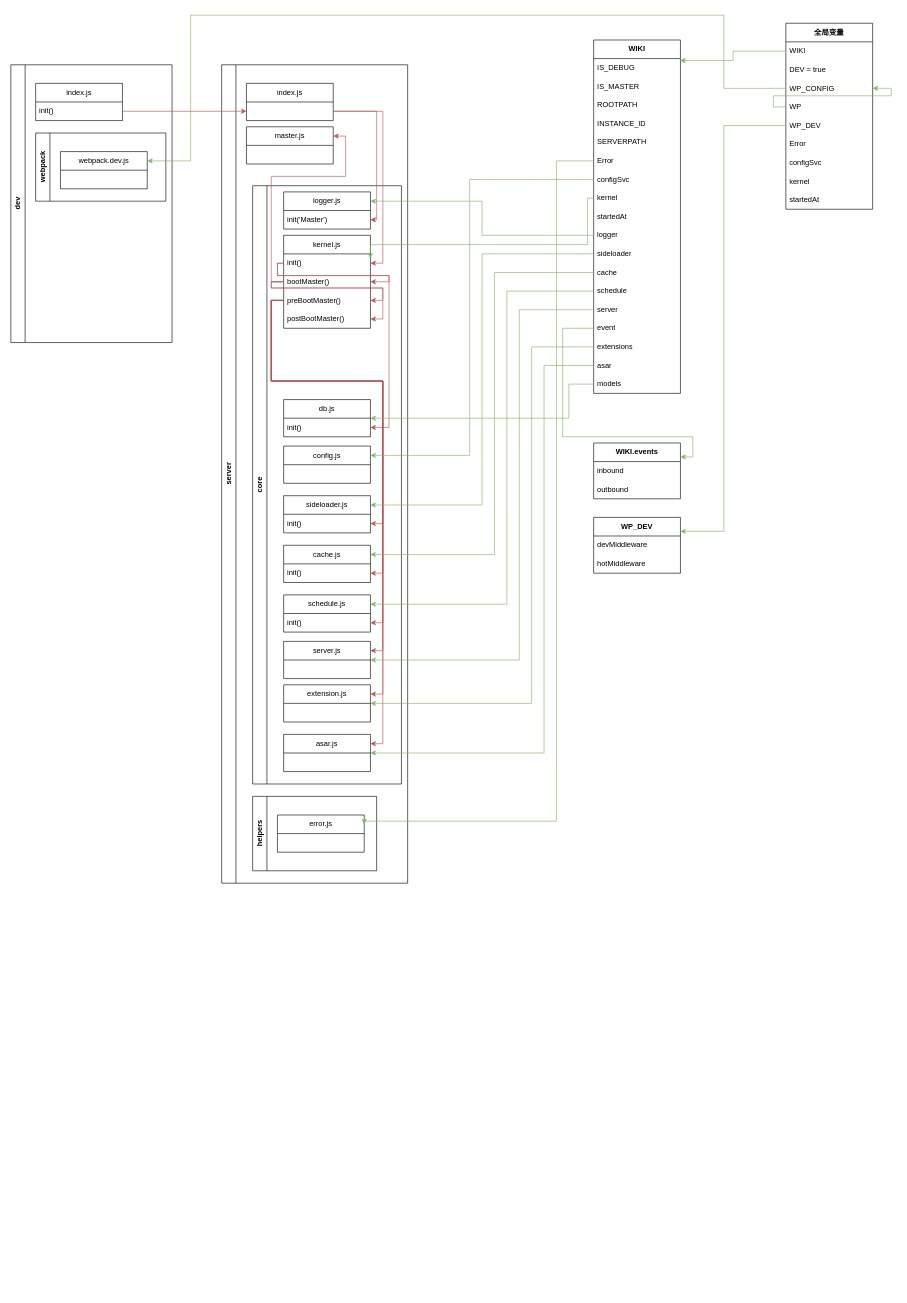
The draw.io diagram wiki.drawio in fzo-China/leranGit, before the edit. Source tidied: cells renumbered, new cells numbered last; positions are measured from the earlier drawing's top-left corner, leaving out a move shared by most shapes. Both pictures are drawn from the tidied source at 62%, with x=0, y=0 at pixel (11, 15).
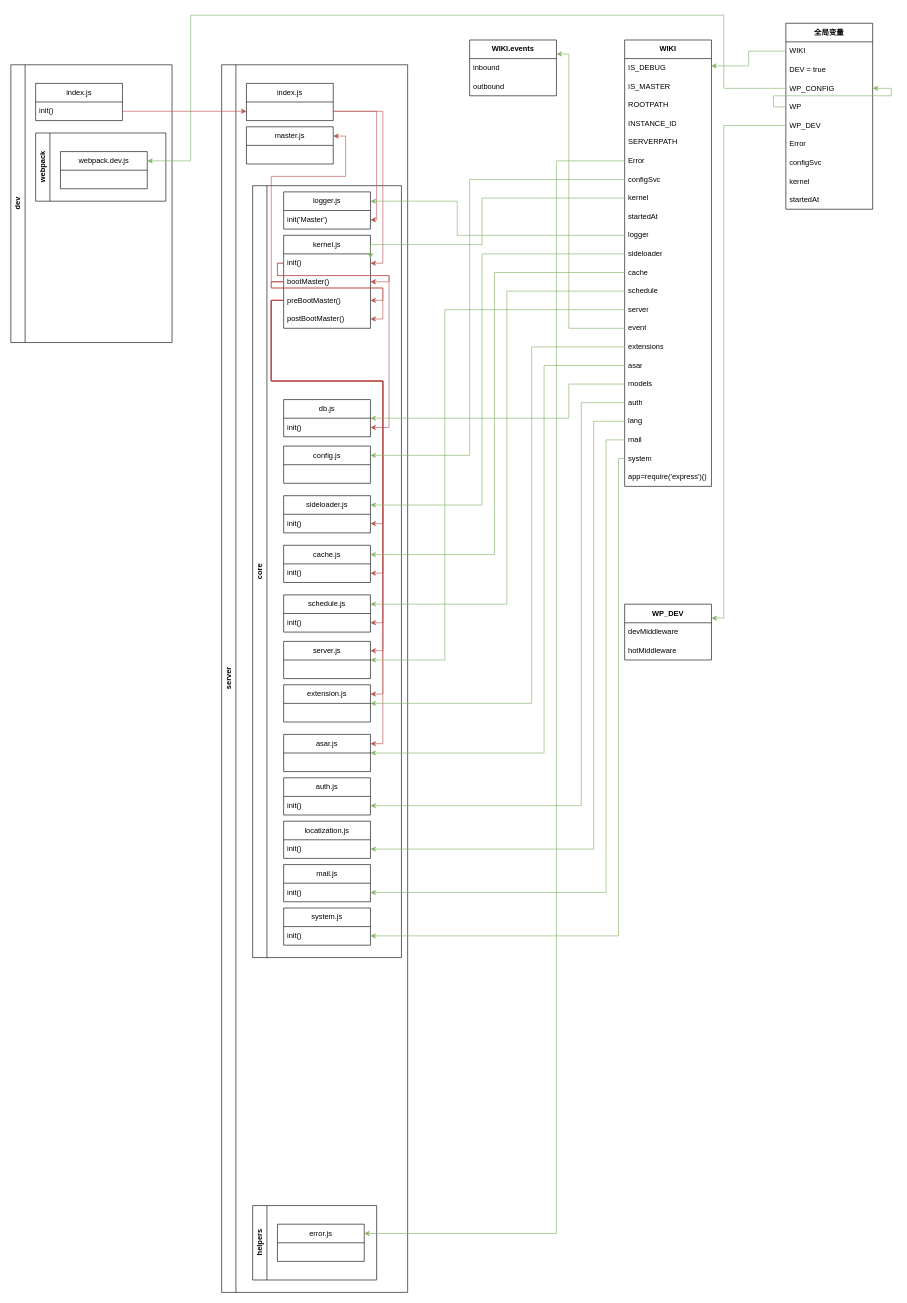
Above is the later version.

Unchanged cells that the change refers to:
```xml
<mxCell id="10" value="logger.js" style="swimlane;fontStyle=0;horizontal=1;startSize=30;whiteSpace=wrap;html=1;" parent="9" vertex="1">
  <mxGeometry x="50" y="10" width="140" height="60" as="geometry" />
</mxCell>
<mxCell id="12" value="kernel.js" style="swimlane;fontStyle=0;horizontal=1;startSize=30;whiteSpace=wrap;html=1;" parent="9" vertex="1">
  <mxGeometry x="50" y="80" width="140" height="150" as="geometry" />
</mxCell>
<mxCell id="24" value="sideloader.js" style="swimlane;fontStyle=0;horizontal=1;startSize=30;whiteSpace=wrap;html=1;" parent="9" vertex="1">
  <mxGeometry x="50" y="500" width="140" height="60" as="geometry" />
</mxCell>
<mxCell id="32" value="server.js" style="swimlane;fontStyle=0;horizontal=1;startSize=30;whiteSpace=wrap;html=1;" parent="9" vertex="1">
  <mxGeometry x="50" y="735" width="140" height="60" as="geometry" />
</mxCell>
<mxCell id="42" value="error.js" style="swimlane;fontStyle=0;horizontal=1;startSize=30;whiteSpace=wrap;html=1;" parent="41" vertex="1">
  <mxGeometry x="40" y="30" width="140" height="60" as="geometry" />
</mxCell>
<mxCell id="52" value="Error" style="text;strokeColor=none;fillColor=none;align=left;verticalAlign=middle;spacingLeft=4;spacingRight=4;overflow=hidden;points=[[0,0.5],[1,0.5]];portConstraint=eastwest;whiteSpace=wrap;html=1;" parent="46" vertex="1">
  <mxGeometry y="180" width="140" height="30" as="geometry" />
</mxCell>
<mxCell id="54" value="kernel" style="text;strokeColor=none;fillColor=none;align=left;verticalAlign=middle;spacingLeft=4;spacingRight=4;overflow=hidden;points=[[0,0.5],[1,0.5]];portConstraint=eastwest;whiteSpace=wrap;html=1;" parent="46" vertex="1">
  <mxGeometry y="240" width="140" height="30" as="geometry" />
</mxCell>
<mxCell id="56" value="logger" style="text;strokeColor=none;fillColor=none;align=left;verticalAlign=middle;spacingLeft=4;spacingRight=4;overflow=hidden;points=[[0,0.5],[1,0.5]];portConstraint=eastwest;whiteSpace=wrap;html=1;" parent="46" vertex="1">
  <mxGeometry y="300" width="140" height="30" as="geometry" />
</mxCell>
<mxCell id="57" value="sideloader" style="text;strokeColor=none;fillColor=none;align=left;verticalAlign=middle;spacingLeft=4;spacingRight=4;overflow=hidden;points=[[0,0.5],[1,0.5]];portConstraint=eastwest;whiteSpace=wrap;html=1;" parent="46" vertex="1">
  <mxGeometry y="330" width="140" height="30" as="geometry" />
</mxCell>
<mxCell id="60" value="server" style="text;strokeColor=none;fillColor=none;align=left;verticalAlign=middle;spacingLeft=4;spacingRight=4;overflow=hidden;points=[[0,0.5],[1,0.5]];portConstraint=eastwest;whiteSpace=wrap;html=1;" parent="46" vertex="1">
  <mxGeometry y="420" width="140" height="30" as="geometry" />
</mxCell>
<mxCell id="61" value="event" style="text;strokeColor=none;fillColor=none;align=left;verticalAlign=middle;spacingLeft=4;spacingRight=4;overflow=hidden;points=[[0,0.5],[1,0.5]];portConstraint=eastwest;whiteSpace=wrap;html=1;" parent="46" vertex="1">
  <mxGeometry y="450" width="140" height="30" as="geometry" />
</mxCell>
<mxCell id="73" value="WP_DEV" style="text;strokeColor=none;fillColor=none;align=left;verticalAlign=middle;spacingLeft=4;spacingRight=4;overflow=hidden;points=[[0,0.5],[1,0.5]];portConstraint=eastwest;whiteSpace=wrap;html=1;" parent="67" vertex="1">
  <mxGeometry y="150" width="140" height="30" as="geometry" />
</mxCell>
```

What changed in the source:
```diff
@@
     <mxCell id="7" value="server" style="swimlane;horizontal=0;whiteSpace=wrap;html=1;" parent="1" vertex="1">
-      <mxGeometry x="340" y="80" width="300" height="1320" as="geometry" />
+      <mxGeometry x="340" y="80" width="300" height="1980" as="geometry" />
     </mxCell>
@@
     <mxCell id="9" value="core" style="swimlane;horizontal=0;whiteSpace=wrap;html=1;" parent="7" vertex="1">
-      <mxGeometry x="50" y="195" width="240" height="965" as="geometry" />
+      <mxGeometry x="50" y="195" width="240" height="1245" as="geometry" />
     </mxCell>
@@
+    <mxCell id="98" value="auth.js" style="swimlane;fontStyle=0;horizontal=1;startSize=30;whiteSpace=wrap;html=1;" parent="9" vertex="1">
+      <mxGeometry x="50" y="955" width="140" height="60" as="geometry" />
+    </mxCell>
+    <mxCell id="99" value="init()" style="text;strokeColor=none;fillColor=none;align=left;verticalAlign=middle;spacingLeft=4;spacingRight=4;overflow=hidden;points=[[0,0.5],[1,0.5]];portConstraint=eastwest;whiteSpace=wrap;html=1;" parent="98" vertex="1">
+      <mxGeometry y="30" width="140" height="30" as="geometry" />
+    </mxCell>
+    <mxCell id="100" value="locatization.js" style="swimlane;fontStyle=0;horizontal=1;startSize=30;whiteSpace=wrap;html=1;" parent="9" vertex="1">
+      <mxGeometry x="50" y="1025" width="140" height="60" as="geometry" />
+    </mxCell>
+    <mxCell id="101" value="init()" style="text;strokeColor=none;fillColor=none;align=left;verticalAlign=middle;spacingLeft=4;spacingRight=4;overflow=hidden;points=[[0,0.5],[1,0.5]];portConstraint=eastwest;whiteSpace=wrap;html=1;" parent="100" vertex="1">
+      <mxGeometry y="30" width="140" height="30" as="geometry" />
+    </mxCell>
+    <mxCell id="102" value="mail.js" style="swimlane;fontStyle=0;horizontal=1;startSize=30;whiteSpace=wrap;html=1;" parent="9" vertex="1">
+      <mxGeometry x="50" y="1095" width="140" height="60" as="geometry" />
+    </mxCell>
+    <mxCell id="103" value="init()" style="text;strokeColor=none;fillColor=none;align=left;verticalAlign=middle;spacingLeft=4;spacingRight=4;overflow=hidden;points=[[0,0.5],[1,0.5]];portConstraint=eastwest;whiteSpace=wrap;html=1;" parent="102" vertex="1">
+      <mxGeometry y="30" width="140" height="30" as="geometry" />
+    </mxCell>
+    <mxCell id="104" value="system.js" style="swimlane;fontStyle=0;horizontal=1;startSize=30;whiteSpace=wrap;html=1;" parent="9" vertex="1">
+      <mxGeometry x="50" y="1165" width="140" height="60" as="geometry" />
+    </mxCell>
+    <mxCell id="105" value="init()" style="text;strokeColor=none;fillColor=none;align=left;verticalAlign=middle;spacingLeft=4;spacingRight=4;overflow=hidden;points=[[0,0.5],[1,0.5]];portConstraint=eastwest;whiteSpace=wrap;html=1;" parent="104" vertex="1">
+      <mxGeometry y="30" width="140" height="30" as="geometry" />
+    </mxCell>
@@
     <mxCell id="41" value="helpers" style="swimlane;horizontal=0;whiteSpace=wrap;html=1;" parent="7" vertex="1">
-      <mxGeometry x="50" y="1180" width="200" height="120" as="geometry" />
+      <mxGeometry x="50" y="1840" width="200" height="120" as="geometry" />
     </mxCell>
@@
     <mxCell id="46" value="&lt;b style=&quot;text-align: left;&quot;&gt;WIKI&lt;/b&gt;" style="swimlane;fontStyle=0;horizontal=1;startSize=30;whiteSpace=wrap;html=1;" parent="1" vertex="1">
-      <mxGeometry x="940" y="40" width="140" height="570" as="geometry" />
+      <mxGeometry x="990" y="40" width="140" height="720" as="geometry" />
     </mxCell>
@@
+    <mxCell id="106" value="auth" style="text;strokeColor=none;fillColor=none;align=left;verticalAlign=middle;spacingLeft=4;spacingRight=4;overflow=hidden;points=[[0,0.5],[1,0.5]];portConstraint=eastwest;whiteSpace=wrap;html=1;" parent="46" vertex="1">
+      <mxGeometry y="570" width="140" height="30" as="geometry" />
+    </mxCell>
+    <mxCell id="107" value="lang" style="text;strokeColor=none;fillColor=none;align=left;verticalAlign=middle;spacingLeft=4;spacingRight=4;overflow=hidden;points=[[0,0.5],[1,0.5]];portConstraint=eastwest;whiteSpace=wrap;html=1;" parent="46" vertex="1">
+      <mxGeometry y="600" width="140" height="30" as="geometry" />
+    </mxCell>
+    <mxCell id="108" value="mail" style="text;strokeColor=none;fillColor=none;align=left;verticalAlign=middle;spacingLeft=4;spacingRight=4;overflow=hidden;points=[[0,0.5],[1,0.5]];portConstraint=eastwest;whiteSpace=wrap;html=1;" parent="46" vertex="1">
+      <mxGeometry y="630" width="140" height="30" as="geometry" />
+    </mxCell>
+    <mxCell id="109" value="system" style="text;strokeColor=none;fillColor=none;align=left;verticalAlign=middle;spacingLeft=4;spacingRight=4;overflow=hidden;points=[[0,0.5],[1,0.5]];portConstraint=eastwest;whiteSpace=wrap;html=1;" parent="46" vertex="1">
+      <mxGeometry y="660" width="140" height="30" as="geometry" />
+    </mxCell>
+    <mxCell id="110" value="app=require('express')()" style="text;strokeColor=none;fillColor=none;align=left;verticalAlign=middle;spacingLeft=4;spacingRight=4;overflow=hidden;whiteSpace=wrap;html=1;" parent="46" vertex="1">
+      <mxGeometry y="690" width="140" height="30" as="geometry" />
+    </mxCell>
@@
     <mxCell id="66" style="edgeStyle=orthogonalEdgeStyle;rounded=0;jettySize=auto;html=1;exitX=0;exitY=0.5;exitDx=0;exitDy=0;entryX=1;entryY=0.25;entryDx=0;entryDy=0;fillColor=#d5e8d4;strokeColor=#82b366;" parent="1" edge="1" source="54" target="12">
       <mxGeometry relative="1" as="geometry">
         <Array as="points">
-          <mxPoint x="930" y="295" />
-          <mxPoint x="930" y="370" />
+          <mxPoint x="760" y="295" />
+          <mxPoint x="760" y="370" />
+          <mxPoint x="580" y="370" />
         </Array>
       </mxGeometry>
     </mxCell>
@@
     <mxCell id="79" style="edgeStyle=orthogonalEdgeStyle;rounded=0;jettySize=auto;html=1;exitX=0;exitY=0.5;exitDx=0;exitDy=0;entryX=1;entryY=0.25;entryDx=0;entryDy=0;fillColor=#d5e8d4;strokeColor=#82b366;" parent="1" edge="1" source="52" target="42">
       <mxGeometry relative="1" as="geometry">
         <Array as="points">
           <mxPoint x="880" y="235" />
-          <mxPoint x="880" y="1300" />
-          <mxPoint x="570" y="1300" />
+          <mxPoint x="880" y="1965" />
         </Array>
       </mxGeometry>
     </mxCell>
@@
     <mxCell id="81" value="&lt;b style=&quot;text-align: left;&quot;&gt;WP_DEV&lt;/b&gt;" style="swimlane;fontStyle=0;horizontal=1;startSize=30;whiteSpace=wrap;html=1;" parent="1" vertex="1">
-      <mxGeometry x="940" y="810" width="140" height="90" as="geometry" />
+      <mxGeometry x="990" y="950" width="140" height="90" as="geometry" />
     </mxCell>
@@
     <mxCell id="84" style="edgeStyle=orthogonalEdgeStyle;rounded=0;jettySize=auto;html=1;exitX=0;exitY=0.5;exitDx=0;exitDy=0;entryX=1;entryY=0.25;entryDx=0;entryDy=0;fillColor=#d5e8d4;strokeColor=#82b366;" parent="1" edge="1" source="73" target="81">
       <mxGeometry relative="1" as="geometry">
         <Array as="points">
           <mxPoint x="1150" y="178" />
-          <mxPoint x="1150" y="832" />
+          <mxPoint x="1150" y="972" />
         </Array>
       </mxGeometry>
     </mxCell>
     <mxCell id="85" style="edgeStyle=orthogonalEdgeStyle;rounded=0;jettySize=auto;html=1;exitX=0;exitY=0.5;exitDx=0;exitDy=0;entryX=1;entryY=0.25;entryDx=0;entryDy=0;fillColor=#d5e8d4;strokeColor=#82b366;" parent="1" edge="1" source="56" target="10">
-      <mxGeometry relative="1" as="geometry" />
+      <mxGeometry relative="1" as="geometry">
+        <Array as="points">
+          <mxPoint x="720" y="355" />
+          <mxPoint x="720" y="300" />
+        </Array>
+      </mxGeometry>
     </mxCell>
     <mxCell id="86" style="edgeStyle=orthogonalEdgeStyle;rounded=0;jettySize=auto;html=1;exitX=0;exitY=0.5;exitDx=0;exitDy=0;entryX=1;entryY=0.25;entryDx=0;entryDy=0;fillColor=#d5e8d4;strokeColor=#82b366;" parent="1" edge="1" source="57" target="24">
-      <mxGeometry relative="1" as="geometry" />
+      <mxGeometry relative="1" as="geometry">
+        <Array as="points">
+          <mxPoint x="760" y="385" />
+          <mxPoint x="760" y="790" />
+        </Array>
+      </mxGeometry>
     </mxCell>
@@
     <mxCell id="89" style="edgeStyle=orthogonalEdgeStyle;rounded=0;jettySize=auto;html=1;exitX=0;exitY=0.5;exitDx=0;exitDy=0;entryX=1;entryY=0.5;entryDx=0;entryDy=0;fillColor=#d5e8d4;strokeColor=#82b366;" parent="1" edge="1" source="60" target="32">
       <mxGeometry relative="1" as="geometry">
         <Array as="points">
-          <mxPoint x="820" y="475" />
-          <mxPoint x="820" y="1040" />
+          <mxPoint x="700" y="475" />
+          <mxPoint x="700" y="1040" />
         </Array>
       </mxGeometry>
     </mxCell>
@@
     <mxCell id="92" value="&lt;div style=&quot;text-align: left;&quot;&gt;&lt;span style=&quot;background-color: initial;&quot;&gt;&lt;b&gt;WIKI.events&lt;/b&gt;&lt;/span&gt;&lt;/div&gt;" style="swimlane;fontStyle=0;horizontal=1;startSize=30;whiteSpace=wrap;html=1;" parent="1" vertex="1">
-      <mxGeometry x="940" y="690" width="140" height="90" as="geometry" />
+      <mxGeometry x="740" y="40" width="140" height="90" as="geometry" />
     </mxCell>
@@
     <mxCell id="95" style="edgeStyle=orthogonalEdgeStyle;rounded=0;jettySize=auto;html=1;exitX=0;exitY=0.5;exitDx=0;exitDy=0;entryX=1;entryY=0.25;entryDx=0;entryDy=0;fillColor=#d5e8d4;strokeColor=#82b366;" parent="1" edge="1" source="61" target="92">
       <mxGeometry relative="1" as="geometry">
         <Array as="points">
-          <mxPoint x="890" y="505" />
-          <mxPoint x="890" y="680" />
-          <mxPoint x="1100" y="680" />
-          <mxPoint x="1100" y="712" />
+          <mxPoint x="900" y="505" />
+          <mxPoint x="900" y="62" />
         </Array>
       </mxGeometry>
     </mxCell>
@@
+    <mxCell id="111" style="edgeStyle=orthogonalEdgeStyle;rounded=0;jettySize=auto;html=1;exitX=0;exitY=0.5;exitDx=0;exitDy=0;entryX=1;entryY=0.5;entryDx=0;entryDy=0;fillColor=#d5e8d4;strokeColor=#82b366;" parent="1" edge="1" source="106" target="99">
+      <mxGeometry relative="1" as="geometry">
+        <Array as="points">
+          <mxPoint x="920" y="625" />
+          <mxPoint x="920" y="1275" />
+        </Array>
+      </mxGeometry>
+    </mxCell>
+    <mxCell id="112" style="edgeStyle=orthogonalEdgeStyle;rounded=0;jettySize=auto;html=1;exitX=0;exitY=0.5;exitDx=0;exitDy=0;entryX=1;entryY=0.5;entryDx=0;entryDy=0;fillColor=#d5e8d4;strokeColor=#82b366;" parent="1" edge="1" source="107" target="101">
+      <mxGeometry relative="1" as="geometry">
+        <Array as="points">
+          <mxPoint x="940" y="655" />
+          <mxPoint x="940" y="1345" />
+        </Array>
+      </mxGeometry>
+    </mxCell>
+    <mxCell id="113" style="edgeStyle=orthogonalEdgeStyle;rounded=0;jettySize=auto;html=1;exitX=0;exitY=0.5;exitDx=0;exitDy=0;entryX=1;entryY=0.5;entryDx=0;entryDy=0;fillColor=#d5e8d4;strokeColor=#82b366;" parent="1" edge="1" source="108" target="103">
+      <mxGeometry relative="1" as="geometry">
+        <Array as="points">
+          <mxPoint x="960" y="685" />
+          <mxPoint x="960" y="1415" />
+        </Array>
+      </mxGeometry>
+    </mxCell>
+    <mxCell id="114" style="edgeStyle=orthogonalEdgeStyle;rounded=0;jettySize=auto;html=1;exitX=0;exitY=0.5;exitDx=0;exitDy=0;fillColor=#d5e8d4;strokeColor=#82b366;" parent="1" edge="1" source="109" target="105">
+      <mxGeometry relative="1" as="geometry">
+        <Array as="points">
+          <mxPoint x="980" y="715" />
+          <mxPoint x="980" y="1485" />
+        </Array>
+      </mxGeometry>
+    </mxCell>
```
